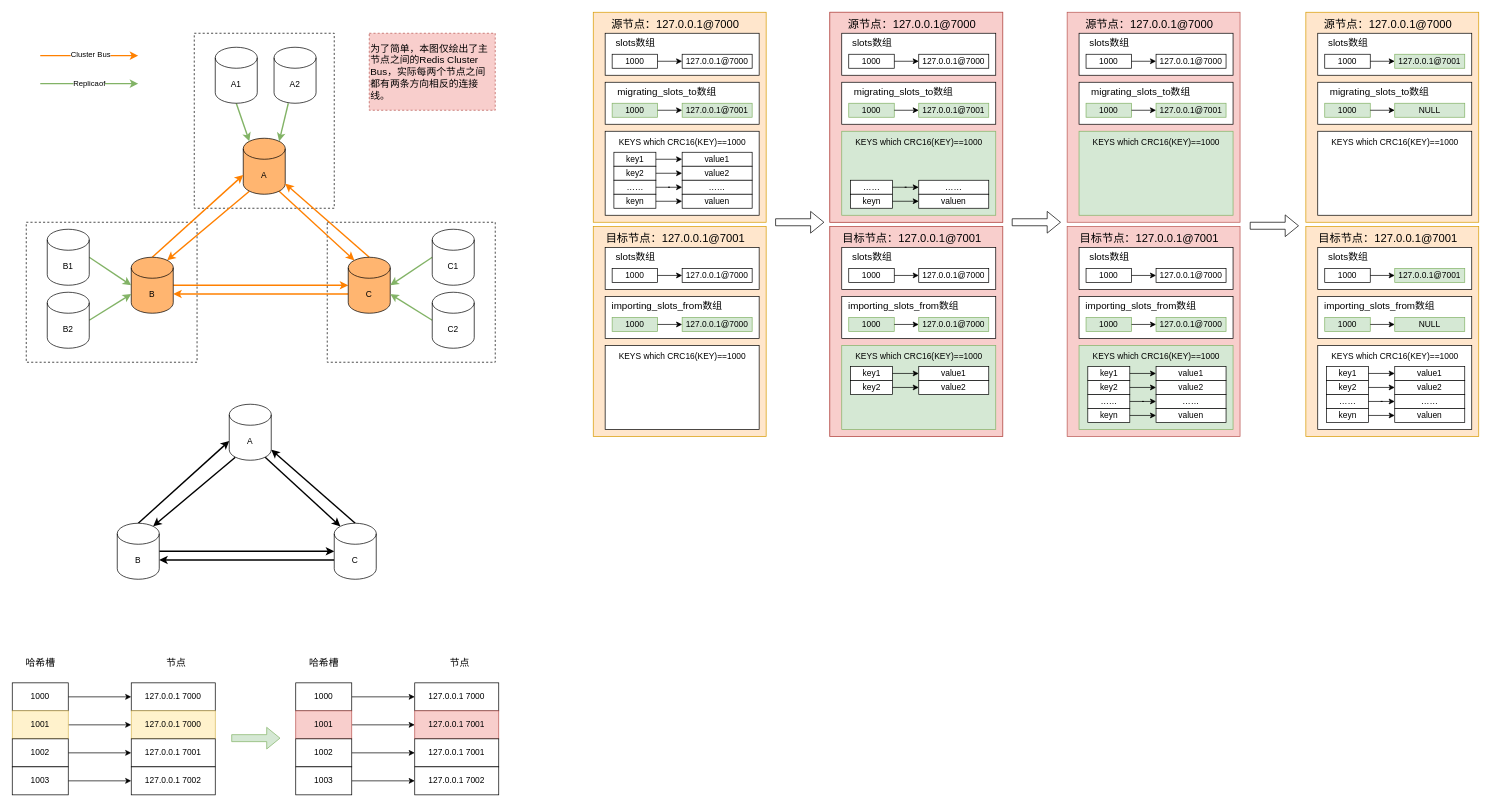
Above: page "Cluster" (6 of 6) of Untitled Diagram.drawio in raysonxin/code-notes (draw.io), before the change. Source tidied: cells renumbered, new cells numbered last; positions are measured from the earlier drawing's top-left corner, leaving out a move shared by most shapes. Both pictures are drawn from the tidied source at 70%, with x=0, y=0 at pixel (12, 12).
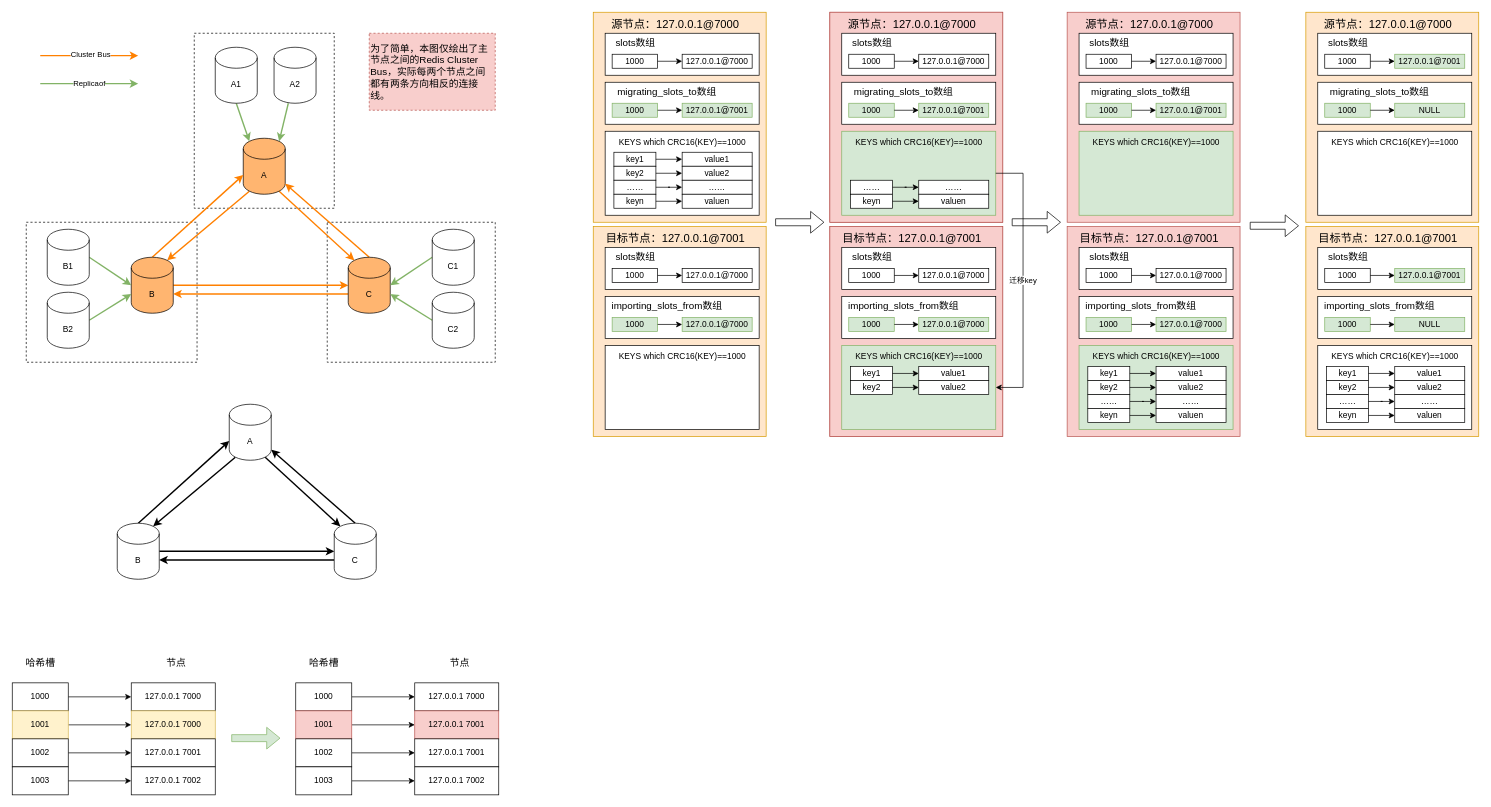
The same diagram, later.

Unchanged cells that the change refers to:
```xml
<mxCell id="119" style="rounded=0;whiteSpace=wrap;html=1;fillColor=#d5e8d4;strokeColor=#82b366;" parent="112" vertex="1">
  <mxGeometry x="17" y="170" width="220" height="120" as="geometry" />
</mxCell>
<mxCell id="142" style="rounded=0;whiteSpace=wrap;html=1;fillColor=#d5e8d4;strokeColor=#82b366;" parent="135" vertex="1">
  <mxGeometry x="17" y="170" width="220" height="120" as="geometry" />
</mxCell>
```

The edit, as a diff of the source:
```diff
@@
+    <mxCell id="245" value="迁移key" style="edgeStyle=orthogonalEdgeStyle;rounded=0;jettySize=auto;html=1;exitX=1;exitY=0.5;exitDx=0;exitDy=0;entryX=1;entryY=0.5;entryDx=0;entryDy=0;" parent="1" edge="1" source="119" target="142">
+      <mxGeometry relative="1" as="geometry">
+        <Array as="points">
+          <mxPoint x="1444" y="230" />
+          <mxPoint x="1444" y="536" />
+        </Array>
+      </mxGeometry>
+    </mxCell>
```
